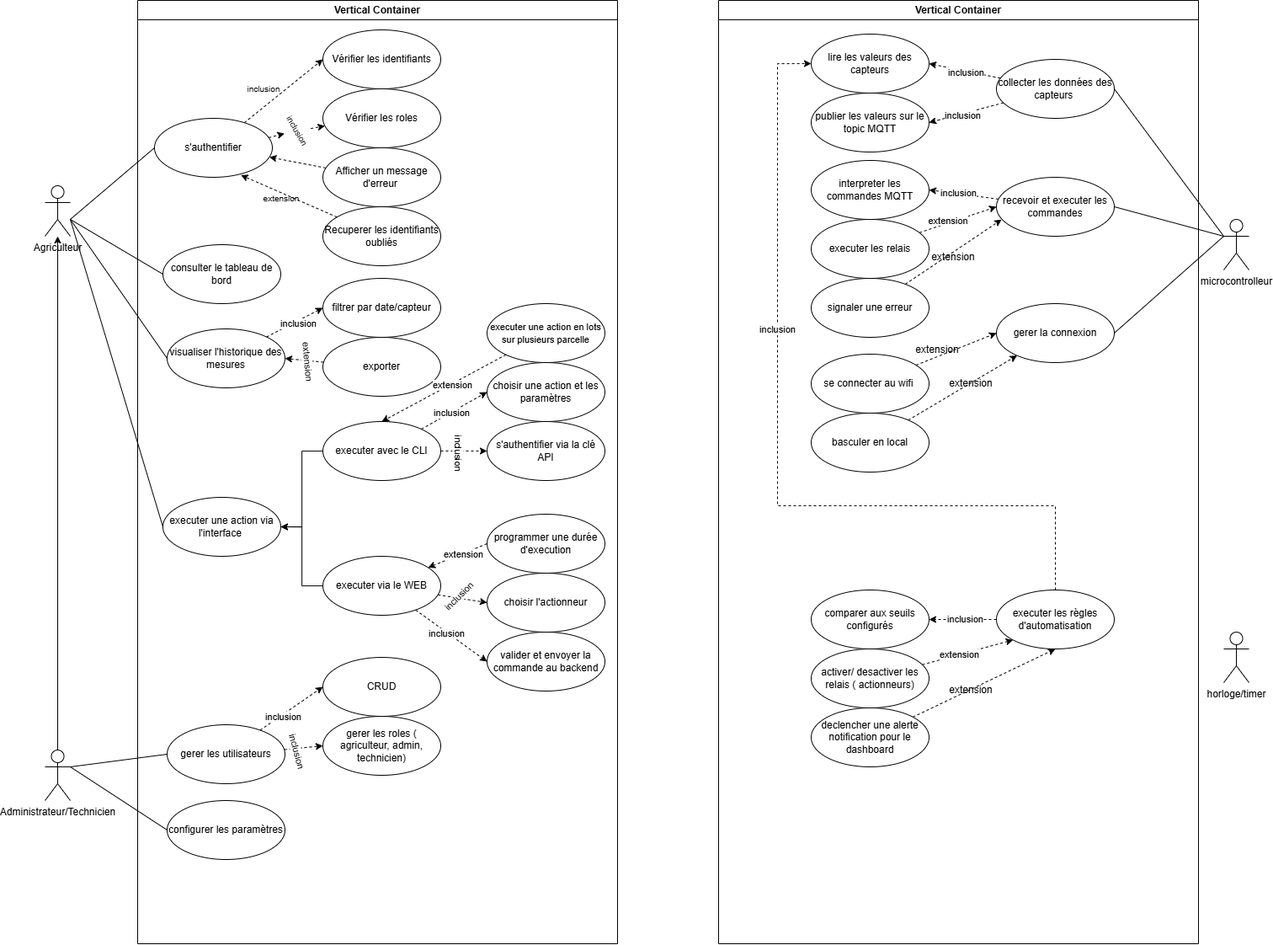
Shut1520/projet_integrateur keeps this draw.io diagram as Diagrammes/1.UML/1.use_case/cas_utilisation.png. Above is the earlier version. Source tidied: cells renumbered, new cells last; positions are measured from the earlier drawing's top-left corner, leaving out a move shared by most shapes.
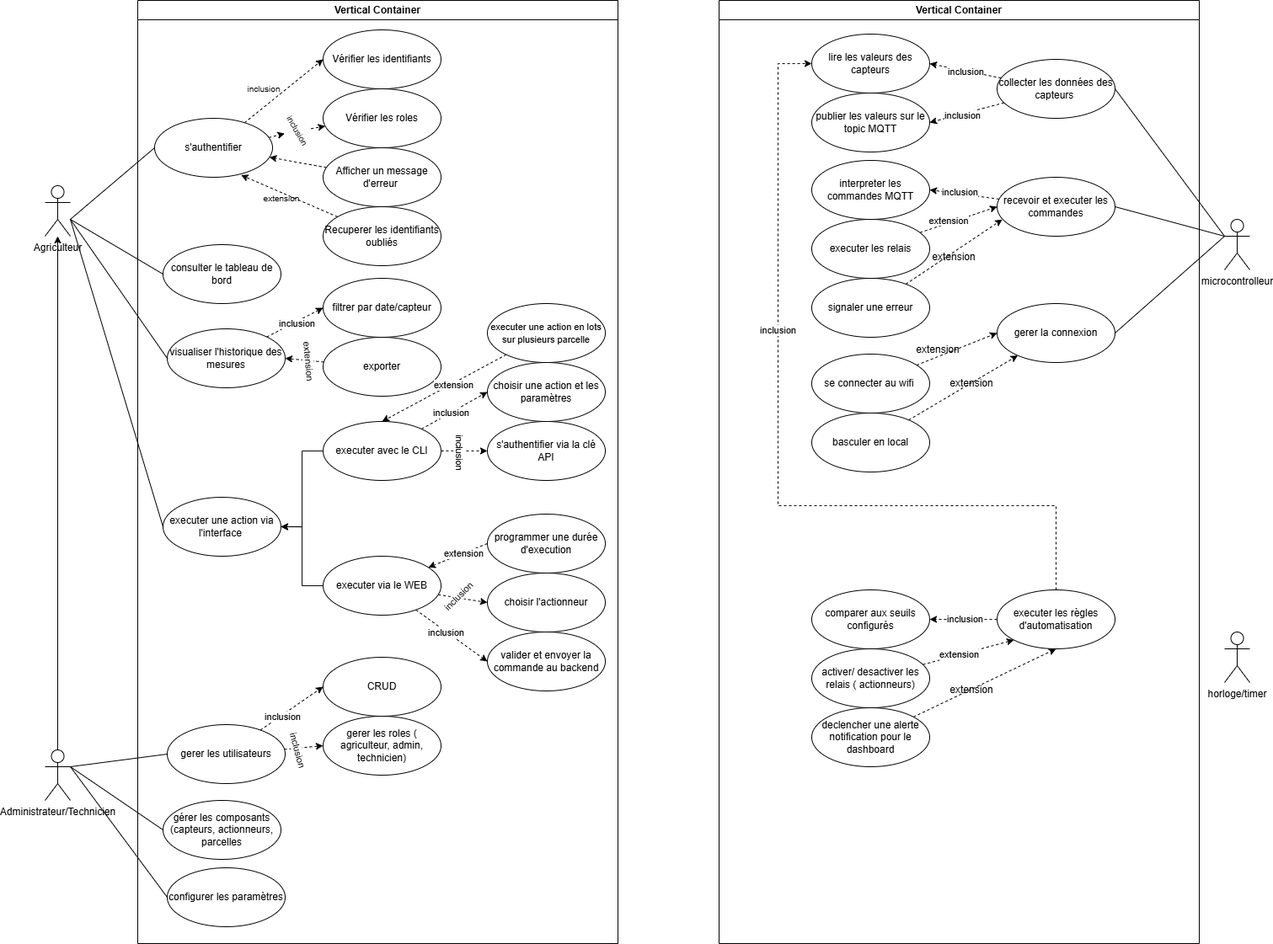
The same file after the commit.

The edit, as a diff of the source:
```diff
@@ -157,8 +157,11 @@
       <mxGeometry x="220" y="850" width="140" height="70" as="geometry" />
     </mxCell>
     <mxCell id="52" value="configurer les paramètres" style="ellipse;whiteSpace=wrap;html=1;" parent="2" vertex="1">
-      <mxGeometry x="35" y="950" width="140" height="70" as="geometry" />
+      <mxGeometry x="35" y="1030" width="140" height="70" as="geometry" />
     </mxCell>
+    <mxCell id="106" value="gérer les composants (capteurs, actionneurs, parcelles" style="ellipse;whiteSpace=wrap;html=1;" parent="2" vertex="1">
+      <mxGeometry x="30" y="950" width="140" height="70" as="geometry" />
+    </mxCell>
     <mxCell id="53" style="rounded=0;jettySize=auto;html=1;entryX=0;entryY=0.5;entryDx=0;entryDy=0;endArrow=none;endFill=0;" parent="1" edge="1" target="5">
       <mxGeometry relative="1" as="geometry">
         <mxPoint x="30" y="260" as="sourcePoint" />
@@ -197,6 +200,9 @@
     <mxCell id="62" style="edgeStyle=none;rounded=0;jettySize=auto;html=1;exitX=1;exitY=0.3333333333333333;exitDx=0;exitDy=0;exitPerimeter=0;entryX=0;entryY=0.5;entryDx=0;entryDy=0;endArrow=none;endFill=0;" parent="1" edge="1" source="63" target="49">
       <mxGeometry relative="1" as="geometry" />
     </mxCell>
+    <mxCell id="107" style="rounded=0;jettySize=auto;html=1;exitX=1;exitY=0.3333333333333333;exitDx=0;exitDy=0;exitPerimeter=0;entryX=0;entryY=0.5;entryDx=0;entryDy=0;endArrow=none;endFill=0;" parent="1" edge="1" source="63" target="106">
+      <mxGeometry relative="1" as="geometry" />
+    </mxCell>
     <mxCell id="63" value="Administrateur/Technicien" style="shape=umlActor;verticalLabelPosition=bottom;verticalAlign=top;html=1;" parent="1" vertex="1">
       <mxGeometry y="890" width="30" height="60" as="geometry" />
     </mxCell>
```
